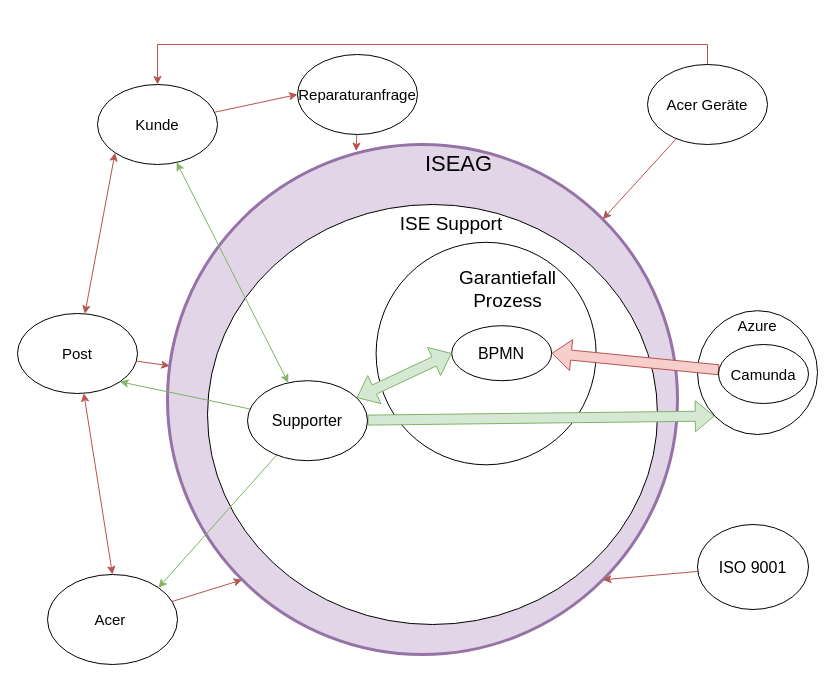
This is ressources/SEUSAG_Garantiefall.drawio from Bazzako/SemArb2-BPM, a draw.io file, before an edit. Source tidied: cells renumbered, new cells numbered last; positions are measured from the earlier drawing's top-left corner, leaving out a move shared by most shapes. Both pictures are drawn from the tidied source at 100%, with x=0, y=0 at pixel (17, 54).
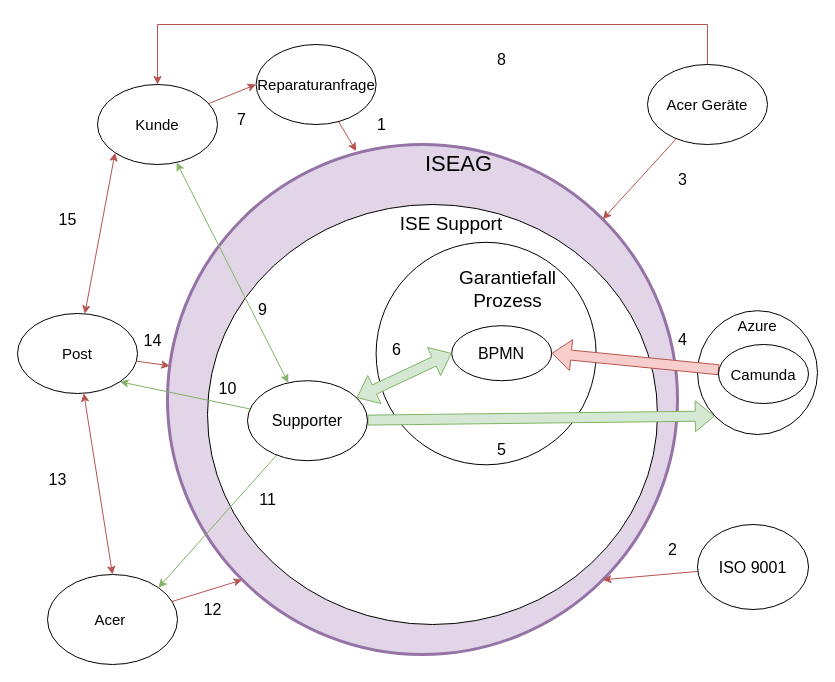
The same page after the edit.

Unchanged cells that the change refers to:
```xml
<mxCell id="18" value="&lt;font style=&quot;font-size: 15px;&quot;&gt;Acer Geräte&lt;/font&gt;" style="ellipse;whiteSpace=wrap;html=1;" parent="1" vertex="1">
  <mxGeometry x="630" y="10" width="120" height="80" as="geometry" />
</mxCell>
<mxCell id="21" value="&lt;font style=&quot;font-size: 15px;&quot;&gt;Kunde&lt;/font&gt;" style="ellipse;whiteSpace=wrap;html=1;" parent="1" vertex="1">
  <mxGeometry x="80" y="30" width="120" height="80" as="geometry" />
</mxCell>
```

Diff of the diagram source:
```diff
@@
     <mxCell id="17" style="rounded=0;jettySize=auto;html=1;entryX=0.5;entryY=0;entryDx=0;entryDy=0;fillColor=#f8cecc;strokeColor=#b85450;exitX=0.5;exitY=0;exitDx=0;exitDy=0;edgeStyle=orthogonalEdgeStyle;" parent="1" edge="1" source="18" target="21">
-      <mxGeometry relative="1" as="geometry" />
+      <mxGeometry relative="1" as="geometry">
+        <Array as="points">
+          <mxPoint x="690" y="-30" />
+          <mxPoint x="140" y="-30" />
+        </Array>
+      </mxGeometry>
     </mxCell>
@@
     <mxCell id="28" value="&lt;font style=&quot;font-size: 15px;&quot;&gt;Reparaturanfrage&lt;/font&gt;" style="ellipse;whiteSpace=wrap;html=1;" parent="1" vertex="1">
-      <mxGeometry x="280" width="120" height="80" as="geometry" />
+      <mxGeometry x="238.6" y="-10" width="120" height="80" as="geometry" />
     </mxCell>
@@
+    <mxCell id="33" value="&lt;font style=&quot;font-size: 16px;&quot;&gt;1&lt;/font&gt;" style="text;html=1;align=center;verticalAlign=middle;strokeColor=none;fillColor=none;" parent="1" vertex="1">
+      <mxGeometry x="349" y="55" width="30" height="30" as="geometry" />
+    </mxCell>
+    <mxCell id="34" value="&lt;font style=&quot;font-size: 16px;&quot;&gt;2&lt;/font&gt;" style="text;html=1;align=center;verticalAlign=middle;strokeColor=none;fillColor=none;" parent="1" vertex="1">
+      <mxGeometry x="640" y="480" width="30" height="30" as="geometry" />
+    </mxCell>
+    <mxCell id="35" value="&lt;font style=&quot;font-size: 16px;&quot;&gt;3&lt;/font&gt;" style="text;html=1;align=center;verticalAlign=middle;strokeColor=none;fillColor=none;" parent="1" vertex="1">
+      <mxGeometry x="650" y="110" width="30" height="30" as="geometry" />
+    </mxCell>
+    <mxCell id="36" value="&lt;font style=&quot;font-size: 16px;&quot;&gt;4&lt;/font&gt;" style="text;html=1;align=center;verticalAlign=middle;strokeColor=none;fillColor=none;" parent="1" vertex="1">
+      <mxGeometry x="650" y="270" width="30" height="30" as="geometry" />
+    </mxCell>
+    <mxCell id="37" value="&lt;font style=&quot;font-size: 16px;&quot;&gt;5&lt;/font&gt;" style="text;html=1;align=center;verticalAlign=middle;strokeColor=none;fillColor=none;" parent="1" vertex="1">
+      <mxGeometry x="469.2" y="380" width="30" height="30" as="geometry" />
+    </mxCell>
+    <mxCell id="38" value="&lt;font style=&quot;font-size: 16px;&quot;&gt;6&lt;/font&gt;" style="text;html=1;align=center;verticalAlign=middle;strokeColor=none;fillColor=none;" parent="1" vertex="1">
+      <mxGeometry x="364" y="280" width="30" height="30" as="geometry" />
+    </mxCell>
+    <mxCell id="39" value="&lt;font style=&quot;font-size: 16px;&quot;&gt;7&lt;/font&gt;" style="text;html=1;align=center;verticalAlign=middle;strokeColor=none;fillColor=none;" parent="1" vertex="1">
+      <mxGeometry x="208.6" y="50" width="30" height="30" as="geometry" />
+    </mxCell>
+    <mxCell id="40" value="&lt;font style=&quot;font-size: 16px;&quot;&gt;8&lt;/font&gt;" style="text;html=1;align=center;verticalAlign=middle;strokeColor=none;fillColor=none;" parent="1" vertex="1">
+      <mxGeometry x="469.2" y="-10" width="30" height="30" as="geometry" />
+    </mxCell>
+    <mxCell id="41" value="&lt;font style=&quot;font-size: 16px;&quot;&gt;9&lt;/font&gt;" style="text;html=1;align=center;verticalAlign=middle;strokeColor=none;fillColor=none;" parent="1" vertex="1">
+      <mxGeometry x="230" y="240" width="30" height="30" as="geometry" />
+    </mxCell>
+    <mxCell id="42" value="&lt;font style=&quot;font-size: 16px;&quot;&gt;10&lt;br&gt;&lt;/font&gt;" style="text;html=1;align=center;verticalAlign=middle;strokeColor=none;fillColor=none;" parent="1" vertex="1">
+      <mxGeometry x="190" y="319" width="40" height="30" as="geometry" />
+    </mxCell>
+    <mxCell id="43" value="&lt;span style=&quot;font-size: 16px;&quot;&gt;11&lt;/span&gt;" style="text;html=1;align=center;verticalAlign=middle;strokeColor=none;fillColor=none;" parent="1" vertex="1">
+      <mxGeometry x="230" y="430" width="40" height="30" as="geometry" />
+    </mxCell>
+    <mxCell id="44" value="&lt;font style=&quot;font-size: 16px;&quot;&gt;12&lt;/font&gt;" style="text;html=1;align=center;verticalAlign=middle;strokeColor=none;fillColor=none;" parent="1" vertex="1">
+      <mxGeometry x="175" y="540" width="40" height="30" as="geometry" />
+    </mxCell>
+    <mxCell id="45" value="&lt;font style=&quot;font-size: 16px;&quot;&gt;13&lt;/font&gt;" style="text;html=1;align=center;verticalAlign=middle;strokeColor=none;fillColor=none;" parent="1" vertex="1">
+      <mxGeometry x="20" y="410.2" width="40" height="30" as="geometry" />
+    </mxCell>
+    <mxCell id="46" value="&lt;font style=&quot;font-size: 16px;&quot;&gt;14&lt;/font&gt;" style="text;html=1;align=center;verticalAlign=middle;strokeColor=none;fillColor=none;" parent="1" vertex="1">
+      <mxGeometry x="115" y="271.2" width="40" height="30" as="geometry" />
+    </mxCell>
+    <mxCell id="47" value="&lt;font style=&quot;font-size: 16px;&quot;&gt;15&lt;/font&gt;" style="text;html=1;align=center;verticalAlign=middle;strokeColor=none;fillColor=none;" parent="1" vertex="1">
+      <mxGeometry x="30" y="150" width="40" height="30" as="geometry" />
+    </mxCell>
```
